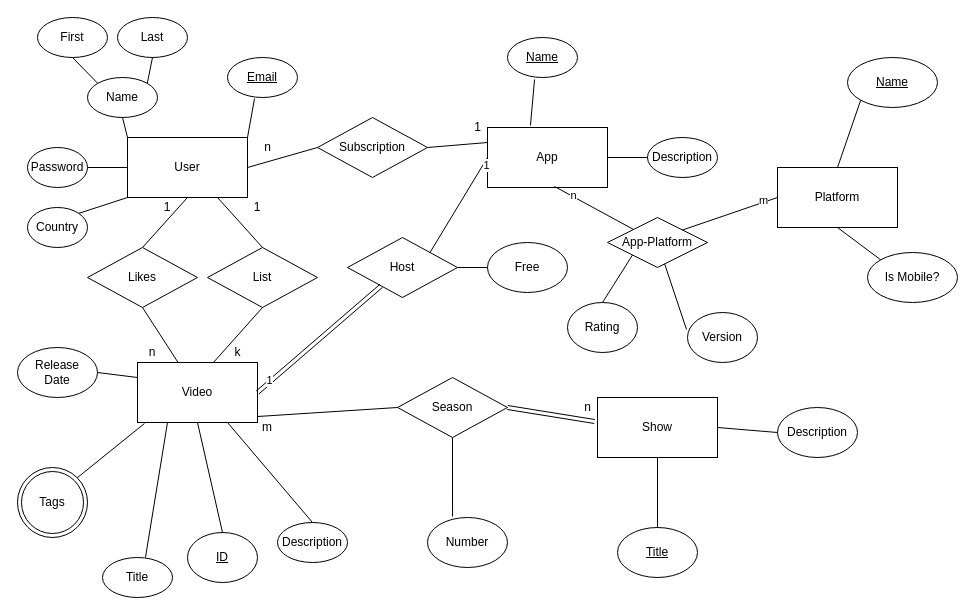
Earlier version of the draw.io diagram VideoApp_ERD.drawio (oloveluck/VideoStreamingApp). Source tidied: cells renumbered, new cells numbered last; positions are measured from the earlier drawing's top-left corner, leaving out a move shared by most shapes. Both pictures are drawn from the tidied source at 100%, with x=0, y=0 at pixel (17, 17).
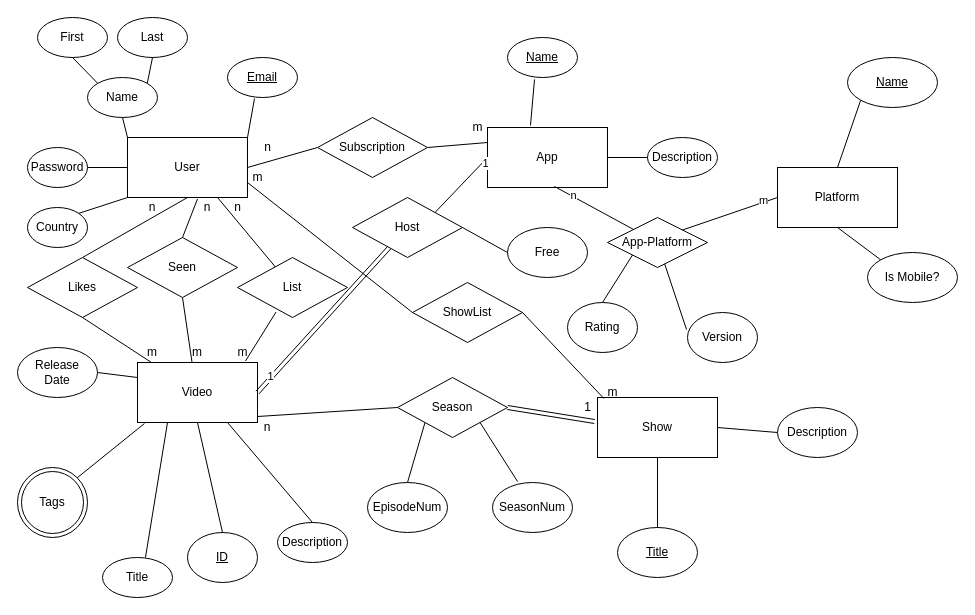
The same diagram, later.

Unchanged cells that the change refers to:
```xml
<mxCell id="2" value="User" style="rounded=0;whiteSpace=wrap;html=1;" parent="1" vertex="1">
  <mxGeometry x="110" y="120" width="120" height="60" as="geometry" />
</mxCell>
<mxCell id="20" value="Video" style="rounded=0;whiteSpace=wrap;html=1;" parent="1" vertex="1">
  <mxGeometry x="120" y="345" width="120" height="60" as="geometry" />
</mxCell>
<mxCell id="21" value="Show" style="rounded=0;whiteSpace=wrap;html=1;" parent="1" vertex="1">
  <mxGeometry x="580" y="380" width="120" height="60" as="geometry" />
</mxCell>
<mxCell id="51" value="Season" style="rhombus;whiteSpace=wrap;html=1;" parent="1" vertex="1">
  <mxGeometry x="380" y="360" width="110" height="60" as="geometry" />
</mxCell>
```

The edit, as a diff of the source:
```diff
@@
     <mxCell id="41" value="Host" style="rhombus;whiteSpace=wrap;html=1;" parent="1" vertex="1">
-      <mxGeometry x="330" y="220" width="110" height="60" as="geometry" />
+      <mxGeometry x="335" y="180" width="110" height="60" as="geometry" />
     </mxCell>
@@
     <mxCell id="47" value="Likes" style="rhombus;whiteSpace=wrap;html=1;" parent="1" vertex="1">
-      <mxGeometry x="70" y="230" width="110" height="60" as="geometry" />
+      <mxGeometry x="10" y="240" width="110" height="60" as="geometry" />
     </mxCell>
@@
-    <mxCell id="49" value="1" style="text;html=1;strokeColor=none;fillColor=none;align=center;verticalAlign=middle;whiteSpace=wrap;rounded=0;" parent="1" vertex="1">
-      <mxGeometry x="130" y="180" width="40" height="20" as="geometry" />
+    <mxCell id="49" value="n" style="text;html=1;strokeColor=none;fillColor=none;align=center;verticalAlign=middle;whiteSpace=wrap;rounded=0;" parent="1" vertex="1">
+      <mxGeometry x="115" y="180" width="40" height="20" as="geometry" />
     </mxCell>
-    <mxCell id="50" value="n" style="text;html=1;strokeColor=none;fillColor=none;align=center;verticalAlign=middle;whiteSpace=wrap;rounded=0;" parent="1" vertex="1">
+    <mxCell id="50" value="m" style="text;html=1;strokeColor=none;fillColor=none;align=center;verticalAlign=middle;whiteSpace=wrap;rounded=0;" parent="1" vertex="1">
       <mxGeometry x="115" y="325" width="40" height="20" as="geometry" />
     </mxCell>
@@
-    <mxCell id="54" value="m" style="text;html=1;strokeColor=none;fillColor=none;align=center;verticalAlign=middle;whiteSpace=wrap;rounded=0;" parent="1" vertex="1">
+    <mxCell id="54" value="n" style="text;html=1;strokeColor=none;fillColor=none;align=center;verticalAlign=middle;whiteSpace=wrap;rounded=0;" parent="1" vertex="1">
       <mxGeometry x="230" y="400" width="40" height="20" as="geometry" />
     </mxCell>
-    <mxCell id="55" value="n" style="text;html=1;align=center;verticalAlign=middle;" parent="1" vertex="1">
+    <mxCell id="55" value="1" style="text;html=1;align=center;verticalAlign=middle;" parent="1" vertex="1">
       <mxGeometry x="560" y="380" width="20" height="20" as="geometry" />
     </mxCell>
-    <mxCell id="56" value="Number" style="ellipse;whiteSpace=wrap;html=1;" parent="1" vertex="1">
-      <mxGeometry x="410" y="500" width="80" height="50" as="geometry" />
+    <mxCell id="56" value="SeasonNum" style="ellipse;whiteSpace=wrap;html=1;" parent="1" vertex="1">
+      <mxGeometry x="475" y="465" width="80" height="50" as="geometry" />
     </mxCell>
-    <mxCell id="57" style="endArrow=none;html=1;exitX=0.5;exitY=1;exitDx=0;exitDy=0;entryX=0.313;entryY=-0.02;entryDx=0;entryDy=0;entryPerimeter=0;" parent="1" edge="1" source="51" target="56">
+    <mxCell id="57" style="endArrow=none;html=1;exitX=1;exitY=1;exitDx=0;exitDy=0;entryX=0.313;entryY=-0.02;entryDx=0;entryDy=0;entryPerimeter=0;" parent="1" edge="1" source="51" target="56">
       <mxGeometry relative="1" as="geometry" />
     </mxCell>
     <mxCell id="58" value="List" style="rhombus;whiteSpace=wrap;html=1;" parent="1" vertex="1">
-      <mxGeometry x="190" y="230" width="110" height="60" as="geometry" />
+      <mxGeometry x="220" y="240" width="110" height="60" as="geometry" />
     </mxCell>
-    <mxCell id="59" style="endArrow=none;html=1;entryX=0.75;entryY=1;entryDx=0;entryDy=0;exitX=0.5;exitY=0;exitDx=0;exitDy=0;" parent="1" edge="1" source="58" target="2">
+    <mxCell id="59" style="endArrow=none;html=1;entryX=0.75;entryY=1;entryDx=0;entryDy=0;" parent="1" edge="1" source="58" target="2">
       <mxGeometry relative="1" as="geometry" />
     </mxCell>
-    <mxCell id="60" style="endArrow=none;html=1;exitX=0.633;exitY=0;exitDx=0;exitDy=0;exitPerimeter=0;entryX=0.5;entryY=1;entryDx=0;entryDy=0;" parent="1" edge="1" source="20" target="58">
-      <mxGeometry relative="1" as="geometry" />
-    </mxCell>
-    <mxCell id="61" value="1" style="text;html=1;strokeColor=none;fillColor=none;align=center;verticalAlign=middle;whiteSpace=wrap;rounded=0;" parent="1" vertex="1">
-      <mxGeometry x="220" y="180" width="40" height="20" as="geometry" />
-    </mxCell>
-    <mxCell id="62" value="k" style="text;html=1;align=center;verticalAlign=middle;" parent="1" vertex="1">
-      <mxGeometry x="210" y="325" width="20" height="20" as="geometry" />
-    </mxCell>
@@
-    <mxCell id="66" value="1" style="text;html=1;align=center;verticalAlign=middle;" parent="1" vertex="1">
-      <mxGeometry x="450" y="100" width="20" height="20" as="geometry" />
+    <mxCell id="66" value="m" style="text;html=1;align=center;verticalAlign=middle;" parent="1" vertex="1">
+      <mxGeometry x="445" y="100" width="30" height="20" as="geometry" />
     </mxCell>
@@
     <mxCell id="68" value="Free" style="ellipse;whiteSpace=wrap;html=1;" parent="1" vertex="1">
-      <mxGeometry x="470" y="225" width="80" height="50" as="geometry" />
+      <mxGeometry x="490" y="210" width="80" height="50" as="geometry" />
     </mxCell>
@@
+    <mxCell id="79" value="Seen" style="rhombus;whiteSpace=wrap;html=1;" parent="1" vertex="1">
+      <mxGeometry x="110" y="220" width="110" height="60" as="geometry" />
+    </mxCell>
+    <mxCell id="80" style="endArrow=none;html=1;exitX=0.583;exitY=1.025;exitDx=0;exitDy=0;entryX=0.5;entryY=0;entryDx=0;entryDy=0;exitPerimeter=0;" parent="1" edge="1" source="2" target="79">
+      <mxGeometry relative="1" as="geometry" />
+    </mxCell>
+    <mxCell id="81" style="endArrow=none;html=1;exitX=0.364;exitY=0.997;exitDx=0;exitDy=0;entryX=0.5;entryY=1;entryDx=0;entryDy=0;exitPerimeter=0;" parent="1" edge="1" source="83" target="79">
+      <mxGeometry relative="1" as="geometry" />
+    </mxCell>
+    <mxCell id="82" value="n" style="text;html=1;strokeColor=none;fillColor=none;align=center;verticalAlign=middle;whiteSpace=wrap;rounded=0;" parent="1" vertex="1">
+      <mxGeometry x="170" y="180" width="40" height="20" as="geometry" />
+    </mxCell>
+    <mxCell id="83" value="m" style="text;html=1;strokeColor=none;fillColor=none;align=center;verticalAlign=middle;whiteSpace=wrap;rounded=0;" parent="1" vertex="1">
+      <mxGeometry x="160" y="325" width="40" height="20" as="geometry" />
+    </mxCell>
+    <mxCell id="60" style="endArrow=none;html=1;entryX=0.351;entryY=0.907;entryDx=0;entryDy=0;exitX=0.9;exitY=-0.025;exitDx=0;exitDy=0;exitPerimeter=0;entryPerimeter=0;" parent="1" edge="1" source="20" target="58">
+      <mxGeometry relative="1" as="geometry" />
+    </mxCell>
+    <mxCell id="84" value="ShowList" style="rhombus;whiteSpace=wrap;html=1;" parent="1" vertex="1">
+      <mxGeometry x="395" y="265" width="110" height="60" as="geometry" />
+    </mxCell>
+    <mxCell id="85" style="endArrow=none;html=1;entryX=1;entryY=0.75;entryDx=0;entryDy=0;exitX=0;exitY=0.5;exitDx=0;exitDy=0;" parent="1" edge="1" source="84" target="2">
+      <mxGeometry relative="1" as="geometry" />
+    </mxCell>
+    <mxCell id="86" style="endArrow=none;html=1;exitX=1;exitY=0.5;exitDx=0;exitDy=0;entryX=0.053;entryY=0.016;entryDx=0;entryDy=0;entryPerimeter=0;" parent="1" edge="1" source="84" target="21">
+      <mxGeometry relative="1" as="geometry" />
+    </mxCell>
+    <mxCell id="87" value="n" style="text;html=1;align=center;verticalAlign=middle;" parent="1" vertex="1">
+      <mxGeometry x="210" y="180" width="20" height="20" as="geometry" />
+    </mxCell>
+    <mxCell id="88" value="m" style="text;html=1;align=center;verticalAlign=middle;" parent="1" vertex="1">
+      <mxGeometry x="225" y="150" width="30" height="20" as="geometry" />
+    </mxCell>
+    <mxCell id="89" style="endArrow=none;html=1;exitX=0;exitY=1;exitDx=0;exitDy=0;entryX=0.5;entryY=0;entryDx=0;entryDy=0;" parent="1" edge="1" source="51" target="90">
+      <mxGeometry relative="1" as="geometry" />
+    </mxCell>
+    <mxCell id="90" value="EpisodeNum" style="ellipse;whiteSpace=wrap;html=1;" parent="1" vertex="1">
+      <mxGeometry x="350" y="465" width="80" height="50" as="geometry" />
+    </mxCell>
+    <mxCell id="91" value="m" style="text;html=1;align=center;verticalAlign=middle;" parent="1" vertex="1">
+      <mxGeometry x="210" y="325" width="30" height="20" as="geometry" />
+    </mxCell>
+    <mxCell id="92" value="m" style="text;html=1;align=center;verticalAlign=middle;" parent="1" vertex="1">
+      <mxGeometry x="580" y="365" width="30" height="20" as="geometry" />
+    </mxCell>
```
